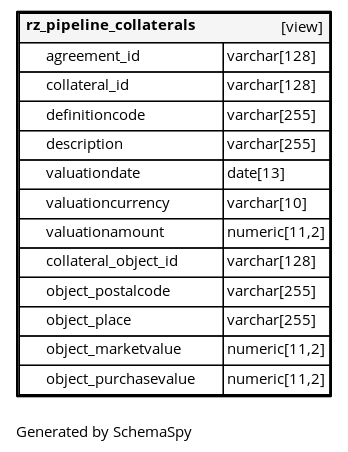
fyndoo/fyndoo.github.io keeps this Graphviz diagram as db_standardzone_version01/diagrams/tables/rz_pipeline_collaterals.1degree.png. Above is the earlier version. Its source is kept beside it as db_standardzone_version01/diagrams/tables/rz_pipeline_collaterals.1degree.dot.
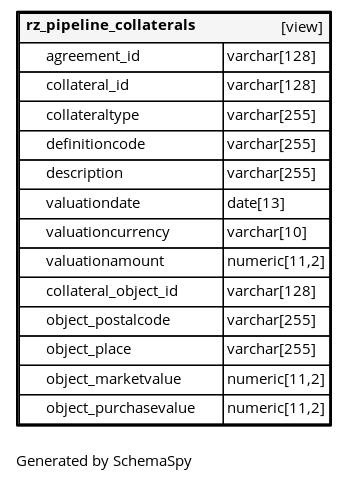
After the change.

Diff of the diagram source:
```diff
@@ -24,6 +24,7 @@
       <TR><TD COLSPAN="4"  BGCOLOR="#f5f5f5"><TABLE BORDER="0" CELLSPACING="0"><TR><TD ALIGN="LEFT" FIXEDSIZE="TRUE" WIDTH="132" HEIGHT="16"><B>rz_pipeline_collaterals</B></TD><TD ALIGN="RIGHT">[view]</TD></TR></TABLE></TD></TR>
       <TR><TD PORT="agreement_id" COLSPAN="2" ALIGN="LEFT"><TABLE BORDER="0" CELLSPACING="0" ALIGN="LEFT"><TR ALIGN="LEFT"><TD ALIGN="LEFT" FIXEDSIZE="TRUE" WIDTH="15" HEIGHT="16"></TD><TD ALIGN="LEFT" FIXEDSIZE="TRUE" WIDTH="132" HEIGHT="16">agreement_id</TD></TR></TABLE></TD><TD PORT="agreement_id.type" ALIGN="LEFT">varchar[128]</TD></TR>
       <TR><TD PORT="collateral_id" COLSPAN="2" ALIGN="LEFT"><TABLE BORDER="0" CELLSPACING="0" ALIGN="LEFT"><TR ALIGN="LEFT"><TD ALIGN="LEFT" FIXEDSIZE="TRUE" WIDTH="15" HEIGHT="16"></TD><TD ALIGN="LEFT" FIXEDSIZE="TRUE" WIDTH="132" HEIGHT="16">collateral_id</TD></TR></TABLE></TD><TD PORT="collateral_id.type" ALIGN="LEFT">varchar[128]</TD></TR>
+      <TR><TD PORT="collateraltype" COLSPAN="2" ALIGN="LEFT"><TABLE BORDER="0" CELLSPACING="0" ALIGN="LEFT"><TR ALIGN="LEFT"><TD ALIGN="LEFT" FIXEDSIZE="TRUE" WIDTH="15" HEIGHT="16"></TD><TD ALIGN="LEFT" FIXEDSIZE="TRUE" WIDTH="132" HEIGHT="16">collateraltype</TD></TR></TABLE></TD><TD PORT="collateraltype.type" ALIGN="LEFT">varchar[255]</TD></TR>
       <TR><TD PORT="definitioncode" COLSPAN="2" ALIGN="LEFT"><TABLE BORDER="0" CELLSPACING="0" ALIGN="LEFT"><TR ALIGN="LEFT"><TD ALIGN="LEFT" FIXEDSIZE="TRUE" WIDTH="15" HEIGHT="16"></TD><TD ALIGN="LEFT" FIXEDSIZE="TRUE" WIDTH="132" HEIGHT="16">definitioncode</TD></TR></TABLE></TD><TD PORT="definitioncode.type" ALIGN="LEFT">varchar[255]</TD></TR>
       <TR><TD PORT="description" COLSPAN="2" ALIGN="LEFT"><TABLE BORDER="0" CELLSPACING="0" ALIGN="LEFT"><TR ALIGN="LEFT"><TD ALIGN="LEFT" FIXEDSIZE="TRUE" WIDTH="15" HEIGHT="16"></TD><TD ALIGN="LEFT" FIXEDSIZE="TRUE" WIDTH="132" HEIGHT="16">description</TD></TR></TABLE></TD><TD PORT="description.type" ALIGN="LEFT">varchar[255]</TD></TR>
       <TR><TD PORT="valuationdate" COLSPAN="2" ALIGN="LEFT"><TABLE BORDER="0" CELLSPACING="0" ALIGN="LEFT"><TR ALIGN="LEFT"><TD ALIGN="LEFT" FIXEDSIZE="TRUE" WIDTH="15" HEIGHT="16"></TD><TD ALIGN="LEFT" FIXEDSIZE="TRUE" WIDTH="132" HEIGHT="16">valuationdate</TD></TR></TABLE></TD><TD PORT="valuationdate.type" ALIGN="LEFT">date[13]</TD></TR>
```
